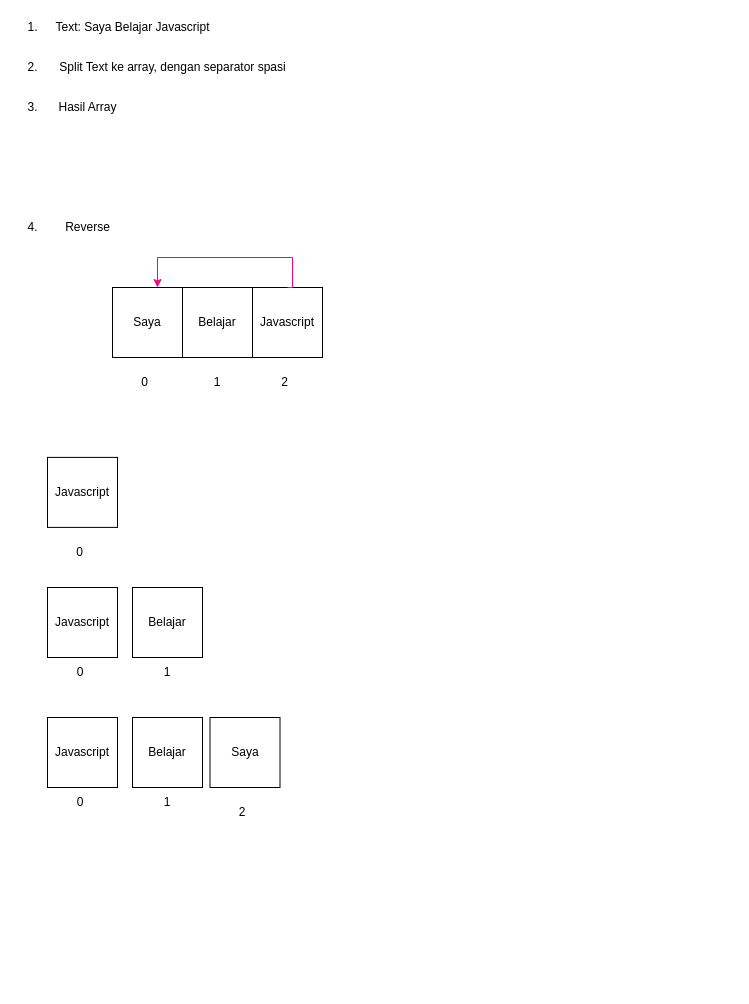
Before: page "Algoritma Reverse" (4 of 4) of Tugas 2/reverse dan palindrom.drawio in taufik17/Pijar_Camp, a draw.io diagram. Source tidied: cells renumbered, new cells numbered last; positions are measured from the earlier drawing's top-left corner, leaving out a move shared by most shapes. Both pictures are drawn from the tidied source at 100%, with x=0, y=0 at pixel (17, 17).
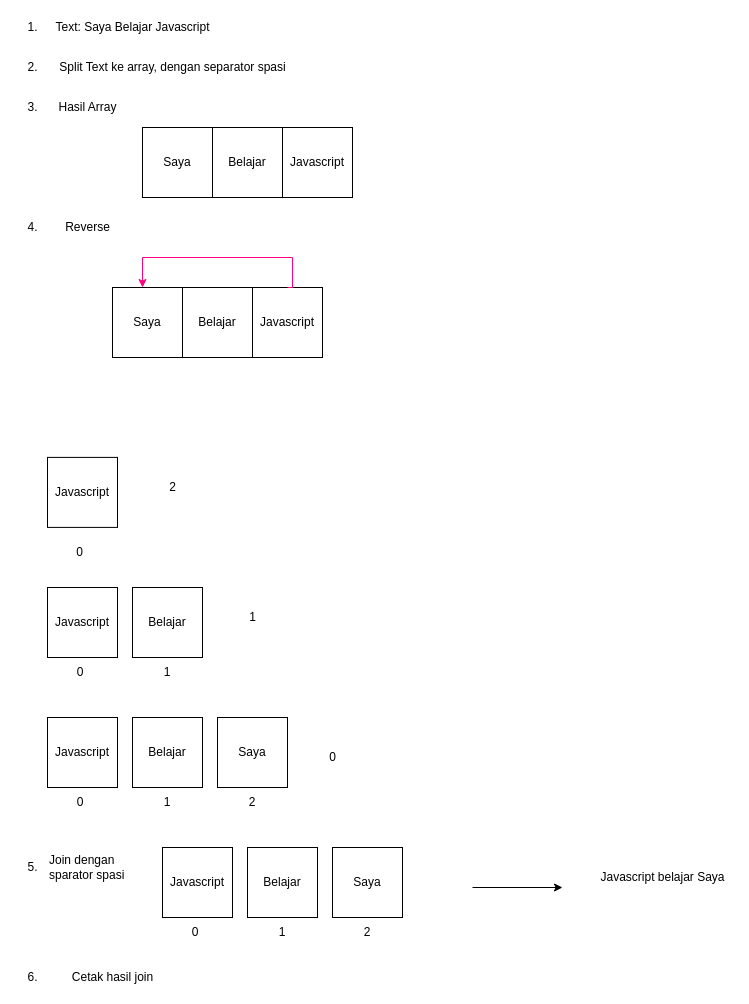
Above is the later version.

The change refers to these unchanged cells:
```xml
<mxCell id="8" value="Javascript" style="whiteSpace=wrap;html=1;" parent="1" vertex="1">
  <mxGeometry x="235" y="270" width="70" height="70" as="geometry" />
</mxCell>
```

What changed in the source:
```diff
@@
-    <mxCell id="9" value="0" style="text;html=1;strokeColor=none;fillColor=none;align=center;verticalAlign=middle;whiteSpace=wrap;rounded=0;" parent="1" vertex="1">
-      <mxGeometry x="75" y="350" width="105" height="30" as="geometry" />
-    </mxCell>
-    <mxCell id="10" value="1" style="text;html=1;strokeColor=none;fillColor=none;align=center;verticalAlign=middle;whiteSpace=wrap;rounded=0;" parent="1" vertex="1">
-      <mxGeometry x="180" y="350" width="40" height="30" as="geometry" />
-    </mxCell>
-    <mxCell id="11" value="2" style="text;html=1;strokeColor=none;fillColor=none;align=center;verticalAlign=middle;whiteSpace=wrap;rounded=0;" parent="1" vertex="1">
-      <mxGeometry x="220" y="350" width="95" height="30" as="geometry" />
-    </mxCell>
@@
     <mxCell id="16" style="edgeStyle=orthogonalEdgeStyle;rounded=0;jettySize=auto;html=1;entryX=0.5;entryY=0;entryDx=0;entryDy=0;startArrow=classic;startFill=1;endArrow=none;endFill=0;strokeColor=#FF0080;" parent="1" edge="1" target="8">
       <mxGeometry relative="1" as="geometry">
-        <mxPoint x="140" y="270" as="sourcePoint" />
+        <mxPoint x="125" y="270" as="sourcePoint" />
         <Array as="points">
-          <mxPoint x="140" y="240" />
+          <mxPoint x="125" y="270" />
+          <mxPoint x="125" y="240" />
           <mxPoint x="275" y="240" />
           <mxPoint x="275" y="270" />
         </Array>
       </mxGeometry>
     </mxCell>
     <mxCell id="17" value="Saya" style="whiteSpace=wrap;html=1;" parent="1" vertex="1">
-      <mxGeometry x="192.5" y="700" width="70" height="70" as="geometry" />
+      <mxGeometry x="200" y="700" width="70" height="70" as="geometry" />
     </mxCell>
@@
     <mxCell id="20" value="2" style="text;html=1;strokeColor=none;fillColor=none;align=center;verticalAlign=middle;whiteSpace=wrap;rounded=0;" parent="1" vertex="1">
-      <mxGeometry x="205" y="780" width="40" height="30" as="geometry" />
+      <mxGeometry x="215" y="770" width="40" height="30" as="geometry" />
     </mxCell>
@@
+    <mxCell id="29" value="2" style="text;html=1;align=center;verticalAlign=middle;strokeColor=none;fillColor=none;" parent="1" vertex="1">
+      <mxGeometry x="145" y="460" width="20" height="20" as="geometry" />
+    </mxCell>
+    <mxCell id="30" value="1" style="text;html=1;align=center;verticalAlign=middle;strokeColor=none;fillColor=none;" parent="1" vertex="1">
+      <mxGeometry x="225" y="590" width="20" height="20" as="geometry" />
+    </mxCell>
+    <mxCell id="31" value="0" style="text;html=1;align=center;verticalAlign=middle;strokeColor=none;fillColor=none;" parent="1" vertex="1">
+      <mxGeometry x="305" y="730" width="20" height="20" as="geometry" />
+    </mxCell>
+    <mxCell id="32" value="Javascript" style="whiteSpace=wrap;html=1;" parent="1" vertex="1">
+      <mxGeometry x="265" y="110" width="70" height="70" as="geometry" />
+    </mxCell>
+    <mxCell id="33" value="Saya" style="whiteSpace=wrap;html=1;" parent="1" vertex="1">
+      <mxGeometry x="125" y="110" width="70" height="70" as="geometry" />
+    </mxCell>
+    <mxCell id="34" value="Belajar" style="whiteSpace=wrap;html=1;" parent="1" vertex="1">
+      <mxGeometry x="195" y="110" width="70" height="70" as="geometry" />
+    </mxCell>
+    <mxCell id="35" value="5." style="text;html=1;align=center;verticalAlign=middle;strokeColor=none;fillColor=none;" parent="1" vertex="1">
+      <mxGeometry y="840" width="30" height="20" as="geometry" />
+    </mxCell>
+    <mxCell id="36" value="Join dengan &lt;br&gt;sparator spasi" style="text;html=1;align=left;verticalAlign=middle;strokeColor=none;fillColor=none;" parent="1" vertex="1">
+      <mxGeometry x="30" y="835" width="90" height="30" as="geometry" />
+    </mxCell>
+    <mxCell id="37" style="endArrow=classic;html=1;rounded=0;" parent="1" edge="1">
+      <mxGeometry relative="1" as="geometry">
+        <mxPoint x="455" y="870" as="sourcePoint" />
+        <mxPoint x="545" y="870" as="targetPoint" />
+      </mxGeometry>
+    </mxCell>
+    <mxCell id="38" value="Javascript belajar Saya" style="text;html=1;align=center;verticalAlign=middle;strokeColor=none;fillColor=none;" parent="1" vertex="1">
+      <mxGeometry x="575" y="850" width="140" height="20" as="geometry" />
+    </mxCell>
+    <mxCell id="39" value="Saya" style="whiteSpace=wrap;html=1;" parent="1" vertex="1">
+      <mxGeometry x="315" y="830" width="70" height="70" as="geometry" />
+    </mxCell>
+    <mxCell id="11" value="2" style="text;html=1;strokeColor=none;fillColor=none;align=center;verticalAlign=middle;whiteSpace=wrap;rounded=0;" parent="1" vertex="1">
+      <mxGeometry x="330" y="900" width="40" height="30" as="geometry" />
+    </mxCell>
+    <mxCell id="10" value="1" style="text;html=1;strokeColor=none;fillColor=none;align=center;verticalAlign=middle;whiteSpace=wrap;rounded=0;" parent="1" vertex="1">
+      <mxGeometry x="245" y="900" width="40" height="30" as="geometry" />
+    </mxCell>
+    <mxCell id="40" value="Belajar" style="whiteSpace=wrap;html=1;" parent="1" vertex="1">
+      <mxGeometry x="230" y="830" width="70" height="70" as="geometry" />
+    </mxCell>
+    <mxCell id="9" value="0" style="text;html=1;strokeColor=none;fillColor=none;align=center;verticalAlign=middle;whiteSpace=wrap;rounded=0;" parent="1" vertex="1">
+      <mxGeometry x="153.8" y="900" width="47.5" height="30" as="geometry" />
+    </mxCell>
+    <mxCell id="41" value="Javascript" style="whiteSpace=wrap;html=1;" parent="1" vertex="1">
+      <mxGeometry x="145" y="830" width="70" height="70" as="geometry" />
+    </mxCell>
+    <mxCell id="42" value="6." style="text;html=1;align=center;verticalAlign=middle;strokeColor=none;fillColor=none;" parent="1" vertex="1">
+      <mxGeometry y="950" width="30" height="20" as="geometry" />
+    </mxCell>
+    <mxCell id="43" value="Cetak hasil join" style="text;html=1;align=center;verticalAlign=middle;strokeColor=none;fillColor=none;" parent="1" vertex="1">
+      <mxGeometry x="45" y="950" width="100" height="20" as="geometry" />
+    </mxCell>
```
